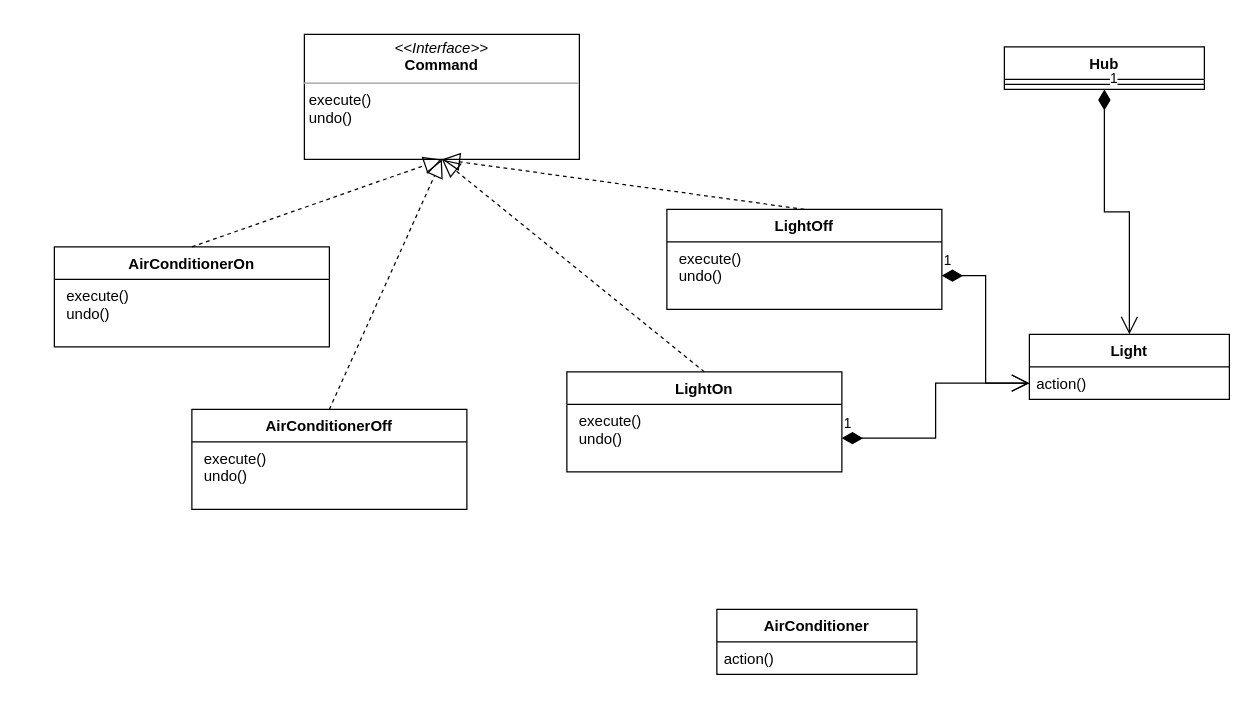
Earlier version of the draw.io diagram SmartHome.drawio (Yakser/drawio-diagrams). Source tidied: cells renumbered, new cells numbered last; positions are measured from the earlier drawing's top-left corner, leaving out a move shared by most shapes. Both pictures are drawn from the tidied source at 125%, with x=0, y=0 at pixel (54, 34).
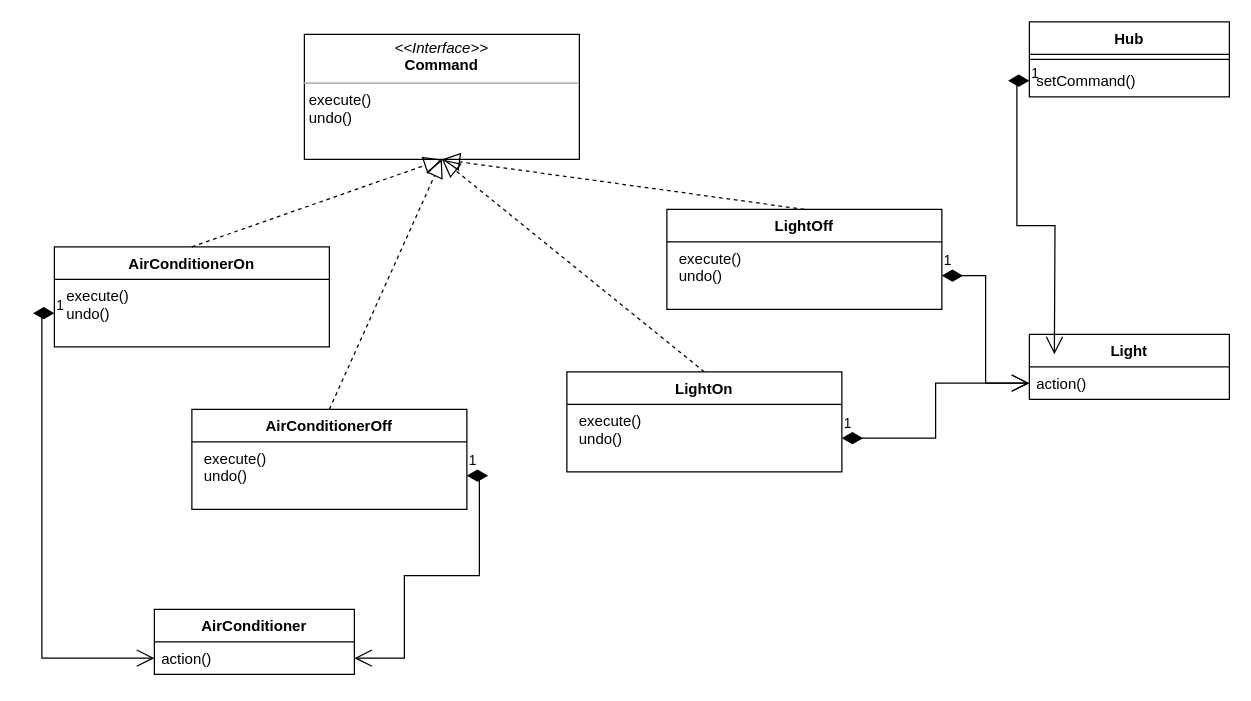
The same diagram, later.

Commit message:
Поправил связи между классами

Unchanged cells that the change refers to:
```xml
<mxCell id="12" value="&lt;p style=&quot;border-color: var(--border-color); margin: 0px 0px 0px 4px;&quot;&gt;execute()&lt;/p&gt;&lt;p style=&quot;border-color: var(--border-color); margin: 0px 0px 0px 4px;&quot;&gt;undo()&lt;/p&gt;" style="text;strokeColor=none;fillColor=none;align=left;verticalAlign=top;spacingLeft=4;spacingRight=4;overflow=hidden;points=[[0,0.5],[1,0.5]];portConstraint=eastwest;whiteSpace=wrap;html=1;" parent="11" vertex="1">
  <mxGeometry y="26" width="220" height="54" as="geometry" />
</mxCell>
<mxCell id="14" value="&lt;p style=&quot;border-color: var(--border-color); margin: 0px 0px 0px 4px;&quot;&gt;execute()&lt;/p&gt;&lt;p style=&quot;border-color: var(--border-color); margin: 0px 0px 0px 4px;&quot;&gt;undo()&lt;/p&gt;" style="text;strokeColor=none;fillColor=none;align=left;verticalAlign=top;spacingLeft=4;spacingRight=4;overflow=hidden;points=[[0,0.5],[1,0.5]];portConstraint=eastwest;whiteSpace=wrap;html=1;" parent="13" vertex="1">
  <mxGeometry y="26" width="220" height="54" as="geometry" />
</mxCell>
<mxCell id="17" value="Light" style="swimlane;fontStyle=1;align=center;verticalAlign=top;horizontal=1;startSize=26;whiteSpace=wrap;html=1;" parent="1" vertex="1">
  <mxGeometry x="780" y="240" width="160" height="52" as="geometry" />
</mxCell>
<mxCell id="23" value="action()" style="text;strokeColor=none;fillColor=none;align=left;verticalAlign=top;spacingLeft=4;spacingRight=4;overflow=hidden;points=[[0,0.5],[1,0.5]];portConstraint=eastwest;whiteSpace=wrap;html=1;" parent="22" vertex="1">
  <mxGeometry y="26" width="160" height="26" as="geometry" />
</mxCell>
```

Diff of the diagram source:
```diff
@@
-    <mxCell id="9" value="Hub" style="swimlane;fontStyle=1;align=center;verticalAlign=top;horizontal=1;startSize=26;whiteSpace=wrap;html=1;" parent="1" vertex="1">
-      <mxGeometry x="760" y="10" width="160" height="34" as="geometry" />
-    </mxCell>
-    <mxCell id="10" style="line;strokeWidth=1;fillColor=none;align=left;verticalAlign=middle;spacingTop=-1;spacingLeft=3;spacingRight=3;labelPosition=right;strokeColor=inherit;" parent="9" vertex="1">
-      <mxGeometry y="26" width="160" height="8" as="geometry" />
-    </mxCell>
@@
-    <mxCell id="19" value="1" style="endArrow=open;html=1;endSize=12;startArrow=diamondThin;startSize=14;startFill=1;edgeStyle=orthogonalEdgeStyle;align=left;verticalAlign=bottom;rounded=0;exitX=0.5;exitY=1;exitDx=0;exitDy=0;entryX=0.5;entryY=0;entryDx=0;entryDy=0;" parent="1" edge="1" source="9" target="17">
-      <mxGeometry x="-1" y="3" relative="1" as="geometry" />
+    <mxCell id="19" value="1" style="endArrow=open;html=1;endSize=12;startArrow=diamondThin;startSize=14;startFill=1;edgeStyle=orthogonalEdgeStyle;align=left;verticalAlign=bottom;rounded=0;entryX=0.5;entryY=0;entryDx=0;entryDy=0;exitX=0;exitY=0.5;exitDx=0;exitDy=0;" parent="1" edge="1" source="24">
+      <mxGeometry x="-1" y="3" relative="1" as="geometry">
+        <mxPoint x="800" y="256" as="targetPoint" />
+      </mxGeometry>
     </mxCell>
@@
     <mxCell id="22" value="AirConditioner" style="swimlane;fontStyle=1;align=center;verticalAlign=top;horizontal=1;startSize=26;whiteSpace=wrap;html=1;" parent="1" vertex="1">
-      <mxGeometry x="530" y="460" width="160" height="52" as="geometry" />
+      <mxGeometry x="80" y="460" width="160" height="52" as="geometry" />
     </mxCell>
@@
+    <mxCell id="9" value="Hub" style="swimlane;fontStyle=1;align=center;verticalAlign=top;horizontal=1;startSize=26;whiteSpace=wrap;html=1;" parent="1" vertex="1">
+      <mxGeometry x="780" y="-10" width="160" height="60" as="geometry" />
+    </mxCell>
+    <mxCell id="10" style="line;strokeWidth=1;fillColor=none;align=left;verticalAlign=middle;spacingTop=-1;spacingLeft=3;spacingRight=3;labelPosition=right;strokeColor=inherit;" parent="9" vertex="1">
+      <mxGeometry y="26" width="160" height="8" as="geometry" />
+    </mxCell>
+    <mxCell id="24" value="setCommand()" style="text;strokeColor=none;fillColor=none;align=left;verticalAlign=top;spacingLeft=4;spacingRight=4;overflow=hidden;points=[[0,0.5],[1,0.5]];portConstraint=eastwest;whiteSpace=wrap;html=1;" parent="9" vertex="1">
+      <mxGeometry y="34" width="160" height="26" as="geometry" />
+    </mxCell>
+    <mxCell id="25" value="1" style="endArrow=open;html=1;endSize=12;startArrow=diamondThin;startSize=14;startFill=1;edgeStyle=orthogonalEdgeStyle;align=left;verticalAlign=bottom;rounded=0;exitX=1;exitY=0.5;exitDx=0;exitDy=0;entryX=1;entryY=0.5;entryDx=0;entryDy=0;" parent="1" edge="1" source="14" target="23">
+      <mxGeometry x="-1" y="3" relative="1" as="geometry">
+        <Array as="points">
+          <mxPoint x="340" y="353" />
+          <mxPoint x="340" y="433" />
+          <mxPoint x="280" y="433" />
+          <mxPoint x="280" y="499" />
+        </Array>
+      </mxGeometry>
+    </mxCell>
+    <mxCell id="26" value="1" style="endArrow=open;html=1;endSize=12;startArrow=diamondThin;startSize=14;startFill=1;edgeStyle=orthogonalEdgeStyle;align=left;verticalAlign=bottom;rounded=0;exitX=0;exitY=0.5;exitDx=0;exitDy=0;entryX=0;entryY=0.5;entryDx=0;entryDy=0;" parent="1" edge="1" source="12" target="23">
+      <mxGeometry x="-1" y="3" relative="1" as="geometry" />
+    </mxCell>
```
